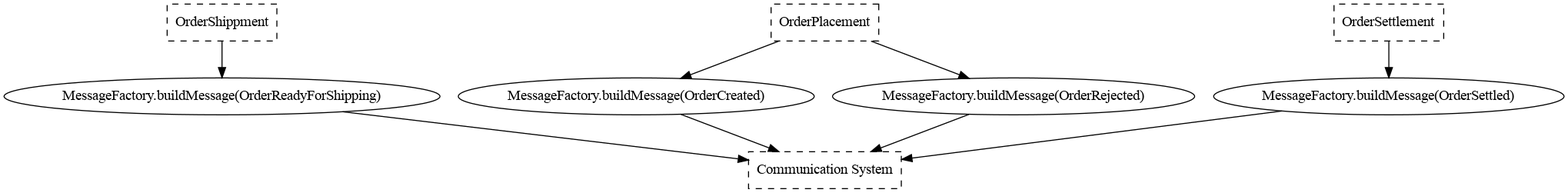
pousse-cafe/pousse-cafe.github.io keeps this Graphviz diagram as shop-doc/img/shop_messaging.png. Above is the earlier version. Its source is kept beside it as shop-doc/img/shop_messaging.dot.
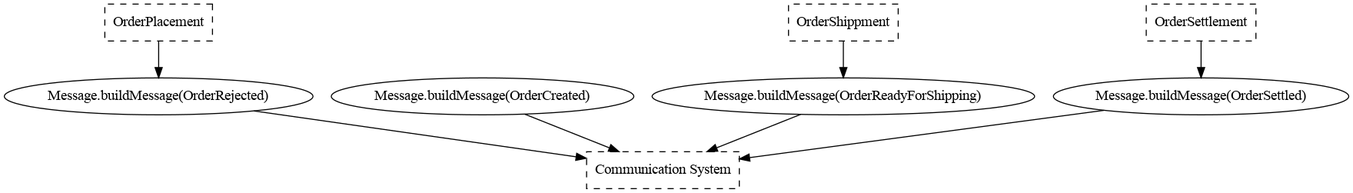
Later version of the same file.

The edit, as a diff of the source:
```diff
@@ -1,19 +1,18 @@
 digraph {
 splines=spline;
-"OrderShippment" -> "MessageFactory.buildMessage(OrderReadyForShipping)" [style=solid];
-"MessageFactory.buildMessage(OrderReadyForShipping)" -> "Communication System" [style=solid];
-"MessageFactory.buildMessage(OrderCreated)" -> "Communication System" [style=solid];
-"MessageFactory.buildMessage(OrderSettled)" -> "Communication System" [style=solid];
-"OrderPlacement" -> "MessageFactory.buildMessage(OrderCreated)" [style=solid];
-"OrderPlacement" -> "MessageFactory.buildMessage(OrderRejected)" [style=solid];
-"MessageFactory.buildMessage(OrderRejected)" -> "Communication System" [style=solid];
-"OrderSettlement" -> "MessageFactory.buildMessage(OrderSettled)" [style=solid];
-"MessageFactory.buildMessage(OrderSettled)"[shape=ellipse];
-"MessageFactory.buildMessage(OrderCreated)"[shape=ellipse];
-"MessageFactory.buildMessage(OrderReadyForShipping)"[shape=ellipse];
-"MessageFactory.buildMessage(OrderRejected)"[shape=ellipse];
+"OrderPlacement" -> "Message.buildMessage(OrderRejected)" [style=solid];
+"Message.buildMessage(OrderCreated)" -> "Communication System" [style=solid];
+"Message.buildMessage(OrderReadyForShipping)" -> "Communication System" [style=solid];
+"OrderSettlement" -> "Message.buildMessage(OrderSettled)" [style=solid];
+"Message.buildMessage(OrderRejected)" -> "Communication System" [style=solid];
+"OrderShippment" -> "Message.buildMessage(OrderReadyForShipping)" [style=solid];
+"Message.buildMessage(OrderSettled)" -> "Communication System" [style=solid];
 "OrderShippment"[shape=box,style=dashed];
 "OrderSettlement"[shape=box,style=dashed];
+"Message.buildMessage(OrderSettled)"[shape=ellipse];
 "OrderPlacement"[shape=box,style=dashed];
+"Message.buildMessage(OrderRejected)"[shape=ellipse];
+"Message.buildMessage(OrderReadyForShipping)"[shape=ellipse];
+"Message.buildMessage(OrderCreated)"[shape=ellipse];
 "Communication System"[shape=box,style=dashed];
 }
```
